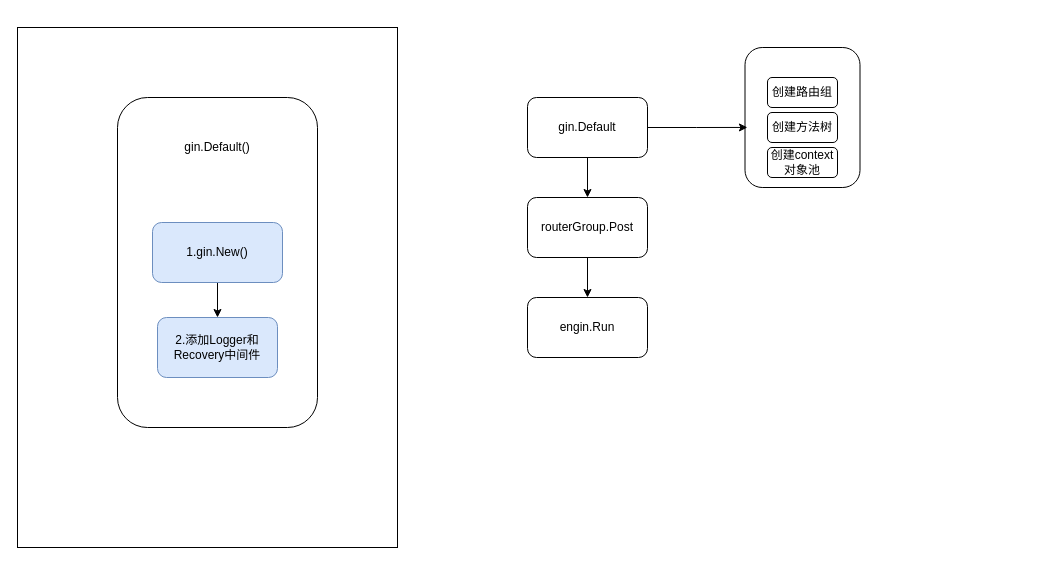
This is gin框架源码图.drawio from lishuai-0/picture_source_file_draw_io, a draw.io file, before an edit. Source tidied: cells renumbered, new cells numbered last; positions are measured from the earlier drawing's top-left corner, leaving out a move shared by most shapes. Both pictures are drawn from the tidied source at 100%, with x=0, y=0 at pixel (17, 27).
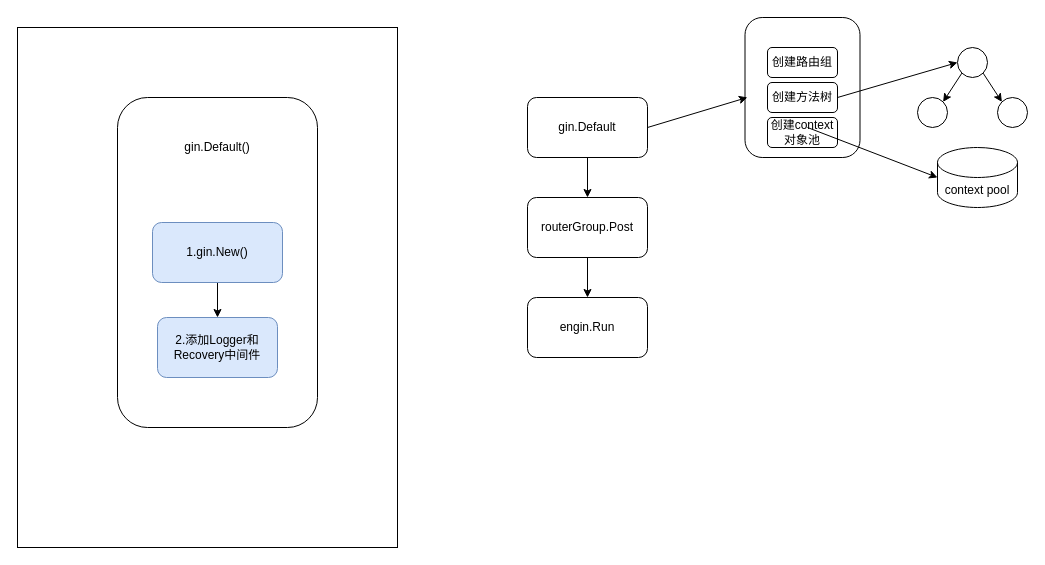
The same page after the edit.

Commit message (it also covers changes not shown here):
更新gin框架源码图.drawio

Unchanged cells that the change refers to:
```xml
<mxCell id="11" value="gin.Default" style="rounded=1;whiteSpace=wrap;html=1;" parent="1" vertex="1">
  <mxGeometry x="510" y="70" width="120" height="60" as="geometry" />
</mxCell>
```

Change to the diagram source:
```diff
@@
     <mxCell id="2" style="rounded=1;whiteSpace=wrap;html=1;" parent="1" vertex="1">
-      <mxGeometry x="727.5" y="20" width="115" height="140" as="geometry" />
+      <mxGeometry x="727.5" y="-10" width="115" height="140" as="geometry" />
     </mxCell>
@@
-    <mxCell id="10" style="edgeStyle=orthogonalEdgeStyle;rounded=0;jettySize=auto;html=1;exitX=1;exitY=0.5;exitDx=0;exitDy=0;entryX=0.021;entryY=0.571;entryDx=0;entryDy=0;entryPerimeter=0;" parent="1" edge="1" source="11" target="2">
+    <mxCell id="10" style="rounded=0;jettySize=auto;html=1;exitX=1;exitY=0.5;exitDx=0;exitDy=0;entryX=0.021;entryY=0.571;entryDx=0;entryDy=0;entryPerimeter=0;" parent="1" edge="1" source="11" target="2">
       <mxGeometry relative="1" as="geometry" />
     </mxCell>
@@
+    <mxCell id="18" style="rounded=0;jettySize=auto;html=1;exitX=1;exitY=0.5;exitDx=0;exitDy=0;entryX=0;entryY=0.5;entryDx=0;entryDy=0;" parent="1" edge="1" source="15" target="21">
+      <mxGeometry relative="1" as="geometry" />
+    </mxCell>
     <mxCell id="15" value="创建方法树" style="rounded=1;whiteSpace=wrap;html=1;" parent="1" vertex="1">
-      <mxGeometry x="750" y="85" width="70" height="30" as="geometry" />
+      <mxGeometry x="750" y="55" width="70" height="30" as="geometry" />
     </mxCell>
     <mxCell id="16" value="创建context对象池" style="rounded=1;whiteSpace=wrap;html=1;" parent="1" vertex="1">
-      <mxGeometry x="750" y="120" width="70" height="30" as="geometry" />
+      <mxGeometry x="750" y="90" width="70" height="30" as="geometry" />
     </mxCell>
     <mxCell id="17" value="创建路由组" style="rounded=1;whiteSpace=wrap;html=1;" parent="1" vertex="1">
-      <mxGeometry x="750" y="50" width="70" height="30" as="geometry" />
+      <mxGeometry x="750" y="20" width="70" height="30" as="geometry" />
     </mxCell>
+    <mxCell id="19" style="rounded=0;jettySize=auto;html=1;exitX=0;exitY=1;exitDx=0;exitDy=0;entryX=1;entryY=0;entryDx=0;entryDy=0;" parent="1" edge="1" source="21" target="23">
+      <mxGeometry relative="1" as="geometry" />
+    </mxCell>
+    <mxCell id="20" style="rounded=0;jettySize=auto;html=1;exitX=1;exitY=1;exitDx=0;exitDy=0;entryX=0;entryY=0;entryDx=0;entryDy=0;" parent="1" edge="1" source="21" target="22">
+      <mxGeometry relative="1" as="geometry" />
+    </mxCell>
+    <mxCell id="21" style="ellipse;whiteSpace=wrap;html=1;" parent="1" vertex="1">
+      <mxGeometry x="940" y="20" width="30" height="30" as="geometry" />
+    </mxCell>
+    <mxCell id="22" style="ellipse;whiteSpace=wrap;html=1;" parent="1" vertex="1">
+      <mxGeometry x="980" y="70" width="30" height="30" as="geometry" />
+    </mxCell>
+    <mxCell id="23" style="ellipse;whiteSpace=wrap;html=1;" parent="1" vertex="1">
+      <mxGeometry x="900" y="70" width="30" height="30" as="geometry" />
+    </mxCell>
+    <mxCell id="24" value="context pool" style="shape=cylinder3;whiteSpace=wrap;html=1;boundedLbl=1;backgroundOutline=1;size=15;" parent="1" vertex="1">
+      <mxGeometry x="920" y="120" width="80" height="60" as="geometry" />
+    </mxCell>
+    <mxCell id="25" style="rounded=0;jettySize=auto;html=1;exitX=0.5;exitY=1;exitDx=0;exitDy=0;entryX=0;entryY=0.5;entryDx=0;entryDy=0;entryPerimeter=0;" parent="1" edge="1" target="24">
+      <mxGeometry relative="1" as="geometry">
+        <mxPoint x="790" y="100" as="sourcePoint" />
+      </mxGeometry>
+    </mxCell>
```
